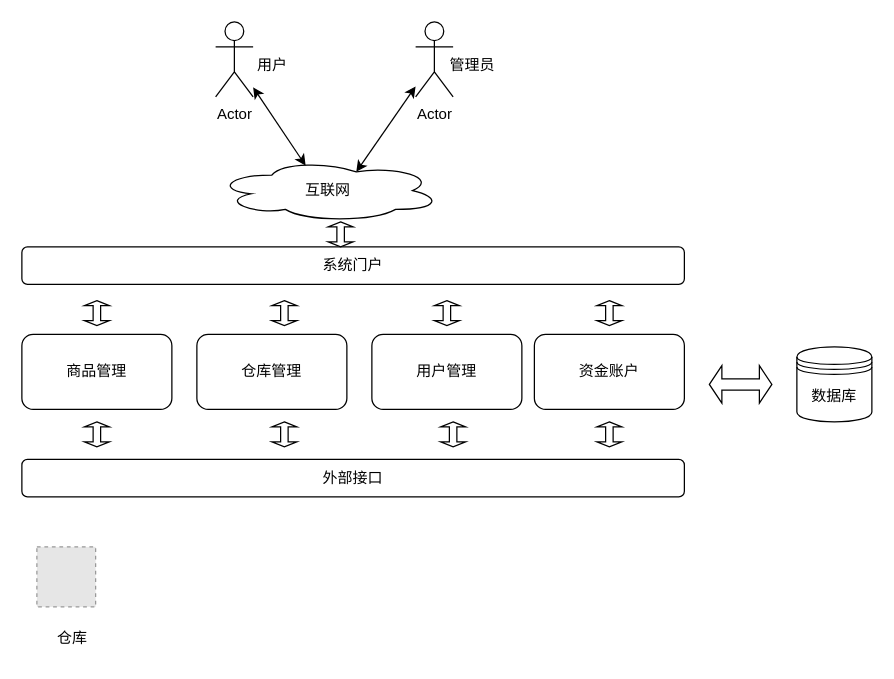
Before: 未命名绘图.drawio in oujieww/tutorial, a draw.io diagram. Source tidied: cells renumbered, new cells numbered last; positions are measured from the earlier drawing's top-left corner, leaving out a move shared by most shapes. Both pictures are drawn from the tidied source at 125%, with x=0, y=0 at pixel (21, 21). Pictures stored in the file or linked from it are replaced by grey dashed boxes.
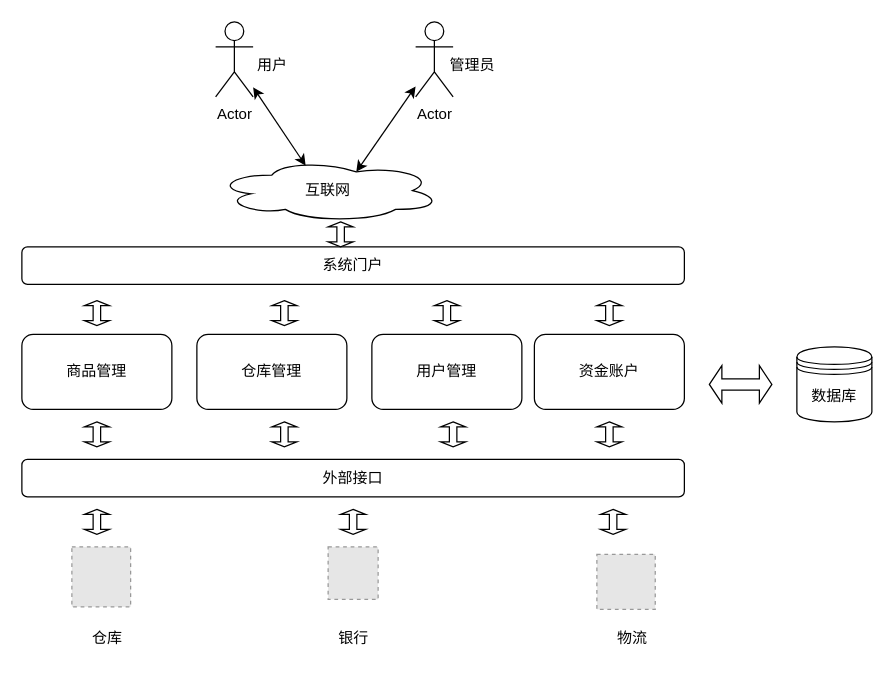
Above is the later version.

Commit message:
系统总体设计图.drawio

The edit, as a diff of the source:
```diff
@@
     <mxCell id="23" style="fillColor=#E6E6E6;strokeColor=#999999;dashed=1;verticalLabelPosition=bottom;labelBackgroundColor=default;verticalAlign=top;" parent="1" vertex="1">
-      <mxGeometry x="12" y="420" width="47" height="48" as="geometry" />
+      <mxGeometry x="40" y="420" width="47" height="48" as="geometry" />
     </mxCell>
     <mxCell id="24" value="仓库" style="text;html=1;align=center;verticalAlign=middle;strokeColor=none;fillColor=none;" parent="1" vertex="1">
-      <mxGeometry x="15" y="478" width="50" height="30" as="geometry" />
+      <mxGeometry x="43" y="478" width="50" height="30" as="geometry" />
     </mxCell>
@@
+    <mxCell id="28" style="fillColor=#E6E6E6;strokeColor=#999999;dashed=1;verticalLabelPosition=bottom;labelBackgroundColor=default;verticalAlign=top;" parent="1" vertex="1">
+      <mxGeometry x="245" y="420" width="40" height="42" as="geometry" />
+    </mxCell>
+    <mxCell id="29" value="银行" style="text;html=1;align=center;verticalAlign=middle;strokeColor=none;fillColor=none;" parent="1" vertex="1">
+      <mxGeometry x="240" y="478" width="50" height="30" as="geometry" />
+    </mxCell>
+    <mxCell id="30" style="fillColor=#E6E6E6;strokeColor=#999999;dashed=1;verticalLabelPosition=bottom;labelBackgroundColor=default;verticalAlign=top;" parent="1" vertex="1">
+      <mxGeometry x="460" y="426" width="46.7" height="44" as="geometry" />
+    </mxCell>
+    <mxCell id="31" value="物流&lt;br&gt;" style="text;html=1;align=center;verticalAlign=middle;strokeColor=none;fillColor=none;" parent="1" vertex="1">
+      <mxGeometry x="463" y="478" width="50" height="30" as="geometry" />
+    </mxCell>
+    <mxCell id="32" style="shape=doubleArrow;direction=south;whiteSpace=wrap;html=1;" parent="1" vertex="1">
+      <mxGeometry x="463" y="390" width="20" height="20" as="geometry" />
+    </mxCell>
+    <mxCell id="33" style="shape=doubleArrow;direction=south;whiteSpace=wrap;html=1;" parent="1" vertex="1">
+      <mxGeometry x="255" y="390" width="20" height="20" as="geometry" />
+    </mxCell>
+    <mxCell id="34" style="shape=doubleArrow;direction=south;whiteSpace=wrap;html=1;" parent="1" vertex="1">
+      <mxGeometry x="50" y="390" width="20" height="20" as="geometry" />
+    </mxCell>
```
